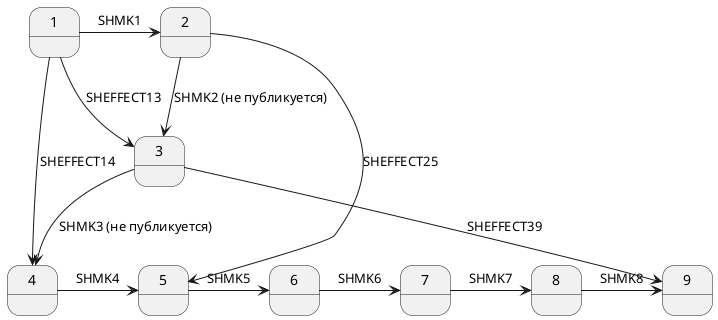
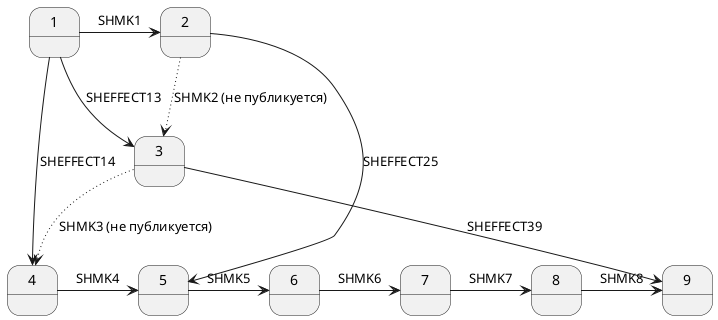
@startuml
state 1 {
}
state 2 {
}
state 3 {
}
state 4 {
}
state 5 {
}
state 6 {
}
state 7 {
}
state 8 {
}
state 9 {
}

1 -right-> 2: SHMK1
- 2 -down-> 3: SHMK2 (не публикуется)
- 3 -down-> 4: SHMK3 (не публикуется)
+ 2 -down[dotted]-> 3: SHMK2 (не публикуется)
+ 3 -down[dotted]-> 4: SHMK3 (не публикуется)
4 -right-> 5: SHMK4
5 -right-> 6: SHMK5
6 -right-> 7: SHMK6
7 -right-> 8: SHMK7
8 -right-> 9: SHMK8

1 -right-> 3: SHEFFECT13
1 -right-> 4: SHEFFECT14
2 -right-> 5: SHEFFECT25
3 -right-> 9: SHEFFECT39


@enduml